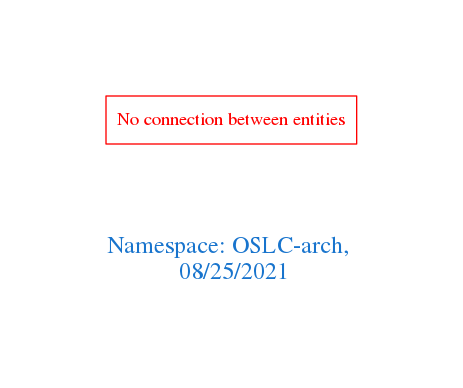
Before: downloads/OSLC-arch.png, a diagram exported from Graphviz (arago/OGIT). Its source is kept beside it as downloads/OSLC-arch.dot.
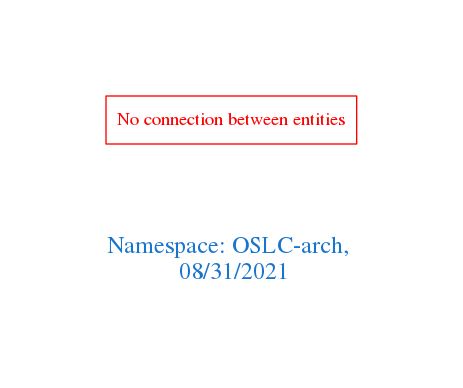
After the commit.

Diff of the diagram source:
```diff
@@ -1,7 +1,7 @@
 digraph OGIT_ontology {
  graph [ rankdir= LR,pad=1
 fontsize = 18,
-fontcolor= dodgerblue3,label = "\n\n\nNamespace: OSLC-arch, \n 08/25/2021"];
+fontcolor= dodgerblue3,label = "\n\n\nNamespace: OSLC-arch, \n 08/31/2021"];
 node[shape=polygon];
 edge [  color="gray81"];
 
```
